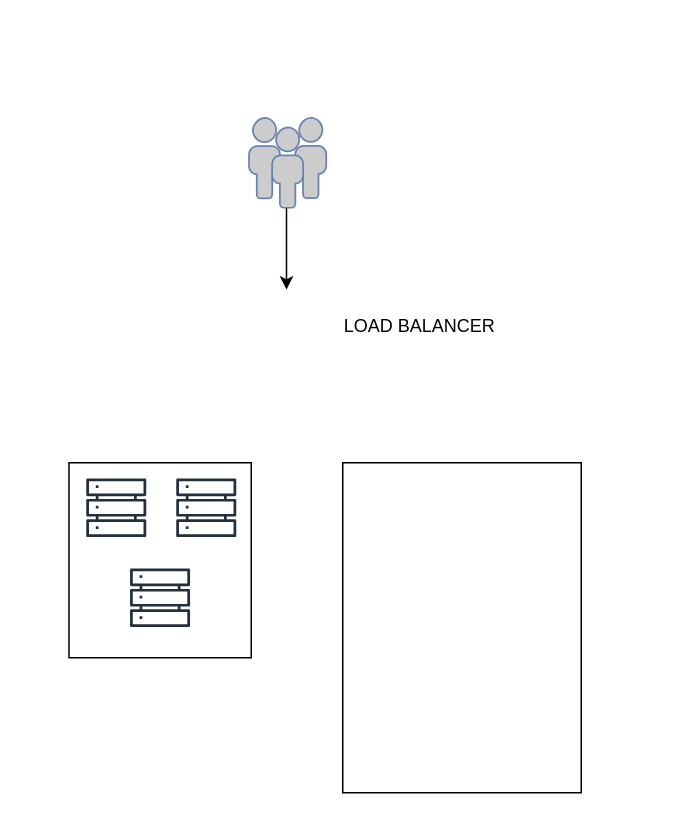
Earlier version of the draw.io diagram deploymentstrategy.drawio (surajnaik90/Architectures-Designs). Source tidied: cells renumbered, new cells numbered last; positions are measured from the earlier drawing's top-left corner, leaving out a move shared by most shapes. Both pictures are drawn from the tidied source at 150%, with x=0, y=0 at pixel (68, 117). Pictures stored in the file or linked from it are replaced by grey dashed boxes.
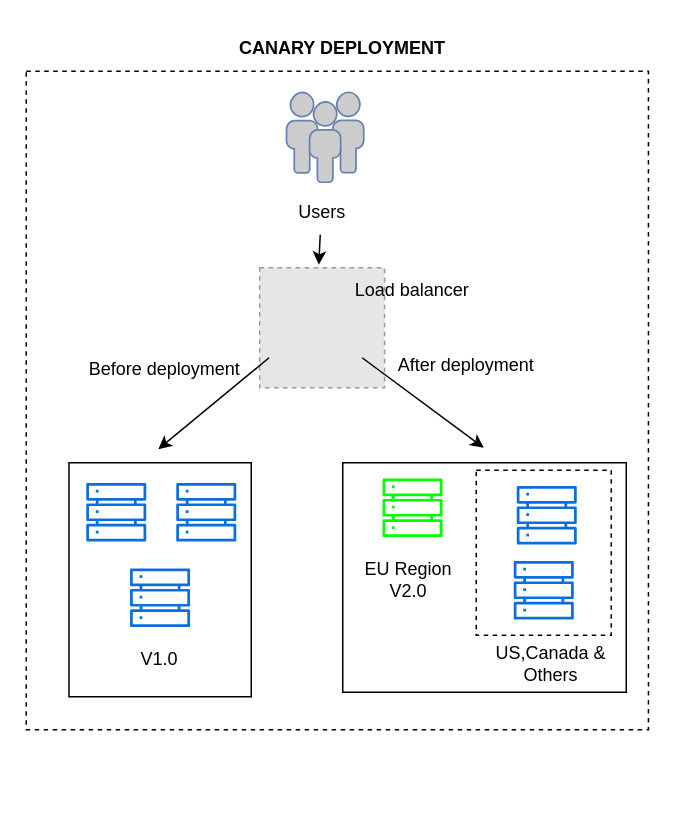
After the change.

What changed in the source:
```diff
@@
-    <mxCell id="2" style="edgeStyle=orthogonalEdgeStyle;rounded=0;orthogonalLoop=1;jettySize=auto;html=1;" parent="1" edge="1">
-      <mxGeometry relative="1" as="geometry">
-        <mxPoint x="145.5" y="60" as="sourcePoint" />
-        <mxPoint x="145.5" y="114.6" as="targetPoint" />
-      </mxGeometry>
-    </mxCell>
-    <mxCell id="3" value="LOAD BALANCER" style="text;html=1;align=center;verticalAlign=middle;whiteSpace=wrap;rounded=0;" parent="1" vertex="1">
-      <mxGeometry x="170.5" y="124" width="126.5" height="30" as="geometry" />
-    </mxCell>
+    <mxCell id="10" style="rounded=0;whiteSpace=wrap;html=1;dashed=1;" parent="1" vertex="1">
+      <mxGeometry x="-28" y="-31" width="414.8" height="439" as="geometry" />
+    </mxCell>
     <mxCell id="4" style="fontColor=#0066CC;verticalAlign=top;verticalLabelPosition=bottom;labelPosition=center;align=center;html=1;fillColor=#CCCCCC;strokeColor=#6881B3;gradientColor=none;gradientDirection=north;strokeWidth=2;shape=mxgraph.networks.users;" parent="1" vertex="1">
-      <mxGeometry x="120.5" width="51.5" height="60" as="geometry" />
+      <mxGeometry x="145.5" y="-17" width="51.5" height="60" as="geometry" />
     </mxCell>
     <mxCell id="5" style="rounded=0;whiteSpace=wrap;html=1;" parent="1" vertex="1">
-      <mxGeometry x="0.5" y="230" width="121.5" height="130" as="geometry" />
+      <mxGeometry x="0.5" y="230" width="121.5" height="156" as="geometry" />
     </mxCell>
     <mxCell id="6" style="rounded=0;whiteSpace=wrap;html=1;" parent="1" vertex="1">
-      <mxGeometry x="183" y="230" width="159" height="220" as="geometry" />
+      <mxGeometry x="183" y="230" width="189" height="153" as="geometry" />
     </mxCell>
-    <mxCell id="7" style="sketch=0;fontColor=#232F3E;gradientColor=none;fillColor=#232F3D;strokeColor=none;dashed=0;verticalLabelPosition=bottom;verticalAlign=top;align=center;html=1;fontSize=12;fontStyle=0;shape=mxgraph.aws4.servers;" parent="1" vertex="1">
-      <mxGeometry x="12" y="240" width="40" height="40" as="geometry" />
+    <mxCell id="7" style="sketch=0;fontColor=#232F3E;gradientColor=none;fillColor=#0b6ee0;strokeColor=none;dashed=0;verticalLabelPosition=bottom;verticalAlign=top;align=center;html=1;fontSize=12;fontStyle=0;shape=mxgraph.aws4.servers;" parent="1" vertex="1">
+      <mxGeometry x="12" y="243" width="40" height="40" as="geometry" />
     </mxCell>
-    <mxCell id="8" style="sketch=0;fontColor=#232F3E;gradientColor=none;fillColor=#232F3D;strokeColor=none;dashed=0;verticalLabelPosition=bottom;verticalAlign=top;align=center;html=1;fontSize=12;fontStyle=0;shape=mxgraph.aws4.servers;" parent="1" vertex="1">
+    <mxCell id="8" style="sketch=0;fontColor=#232F3E;gradientColor=none;fillColor=#0b6ee0;strokeColor=none;dashed=0;verticalLabelPosition=bottom;verticalAlign=top;align=center;html=1;fontSize=12;fontStyle=0;shape=mxgraph.aws4.servers;" parent="1" vertex="1">
       <mxGeometry x="41.2" y="300" width="40" height="40" as="geometry" />
     </mxCell>
-    <mxCell id="9" style="sketch=0;fontColor=#232F3E;gradientColor=none;fillColor=#232F3D;strokeColor=none;dashed=0;verticalLabelPosition=bottom;verticalAlign=top;align=center;html=1;fontSize=12;fontStyle=0;shape=mxgraph.aws4.servers;" parent="1" vertex="1">
-      <mxGeometry x="72" y="240" width="40" height="40" as="geometry" />
+    <mxCell id="9" style="sketch=0;fontColor=#232F3E;gradientColor=none;fillColor=#0b6ee0;strokeColor=none;dashed=0;verticalLabelPosition=bottom;verticalAlign=top;align=center;html=1;fontSize=12;fontStyle=0;shape=mxgraph.aws4.servers;" parent="1" vertex="1">
+      <mxGeometry x="72" y="243" width="40" height="40" as="geometry" />
     </mxCell>
+    <mxCell id="11" style="rounded=0;whiteSpace=wrap;html=1;dashed=1;" parent="1" vertex="1">
+      <mxGeometry x="272" y="235" width="90" height="110" as="geometry" />
+    </mxCell>
+    <mxCell id="12" value="&lt;b&gt;CANARY DEPLOYMENT&lt;/b&gt;" style="text;html=1;align=center;verticalAlign=middle;whiteSpace=wrap;rounded=0;" parent="1" vertex="1">
+      <mxGeometry x="102.6" y="-61" width="160" height="30" as="geometry" />
+    </mxCell>
+    <mxCell id="13" style="edgeStyle=orthogonalEdgeStyle;rounded=0;orthogonalLoop=1;jettySize=auto;html=1;" parent="1" edge="1">
+      <mxGeometry relative="1" as="geometry">
+        <mxPoint x="168" y="78" as="sourcePoint" />
+        <mxPoint x="167" y="98" as="targetPoint" />
+        <Array as="points">
+          <mxPoint x="168" y="98" />
+        </Array>
+      </mxGeometry>
+    </mxCell>
+    <mxCell id="14" value="Users" style="text;html=1;align=center;verticalAlign=middle;whiteSpace=wrap;rounded=0;" parent="1" vertex="1">
+      <mxGeometry x="106.2" y="48" width="126.5" height="30" as="geometry" />
+    </mxCell>
+    <mxCell id="15" style="sketch=0;fontColor=#232F3E;gradientColor=none;fillColor=#0b6ee0;strokeColor=none;dashed=0;verticalLabelPosition=bottom;verticalAlign=top;align=center;html=1;fontSize=12;fontStyle=0;shape=mxgraph.aws4.servers;" parent="1" vertex="1">
+      <mxGeometry x="299" y="245" width="40" height="40" as="geometry" />
+    </mxCell>
+    <mxCell id="16" style="sketch=0;fontColor=#232F3E;gradientColor=none;fillColor=#0b6ee0;strokeColor=none;dashed=0;verticalLabelPosition=bottom;verticalAlign=top;align=center;html=1;fontSize=12;fontStyle=0;shape=mxgraph.aws4.servers;" parent="1" vertex="1">
+      <mxGeometry x="297" y="295" width="40" height="40" as="geometry" />
+    </mxCell>
+    <mxCell id="17" style="sketch=0;fontColor=#232F3E;gradientColor=none;fillColor=#00FF00;strokeColor=none;dashed=0;verticalLabelPosition=bottom;verticalAlign=top;align=center;html=1;fontSize=12;fontStyle=0;shape=mxgraph.aws4.servers;" parent="1" vertex="1">
+      <mxGeometry x="209.5" y="240" width="40" height="40" as="geometry" />
+    </mxCell>
+    <mxCell id="18" value="EU Region&lt;div&gt;V2.0&lt;/div&gt;" style="text;html=1;align=center;verticalAlign=middle;whiteSpace=wrap;rounded=0;" parent="1" vertex="1">
+      <mxGeometry x="177" y="295" width="100" height="25" as="geometry" />
+    </mxCell>
+    <mxCell id="19" style="edgeStyle=orthogonalEdgeStyle;rounded=0;orthogonalLoop=1;jettySize=auto;html=1;exitX=0.5;exitY=1;exitDx=0;exitDy=0;" parent="1" edge="1" source="18" target="18">
+      <mxGeometry relative="1" as="geometry" />
+    </mxCell>
+    <mxCell id="20" value="US,Canada &amp;amp; Others" style="text;html=1;align=center;verticalAlign=middle;whiteSpace=wrap;rounded=0;" parent="1" vertex="1">
+      <mxGeometry x="272" y="351" width="100" height="25" as="geometry" />
+    </mxCell>
+    <mxCell id="21" value="V1.0" style="text;html=1;align=center;verticalAlign=middle;whiteSpace=wrap;rounded=0;" parent="1" vertex="1">
+      <mxGeometry x="11.2" y="348" width="100" height="25" as="geometry" />
+    </mxCell>
+    <mxCell id="22" style="fillColor=#E6E6E6;strokeColor=#999999;dashed=1;verticalLabelPosition=bottom;labelBackgroundColor=default;verticalAlign=top;" parent="1" vertex="1">
+      <mxGeometry x="127.6" y="100" width="83.3" height="80" as="geometry" />
+    </mxCell>
+    <mxCell id="23" style="endArrow=classic;html=1;rounded=0;" parent="1" edge="1">
+      <mxGeometry relative="1" as="geometry">
+        <mxPoint x="133.9" y="160" as="sourcePoint" />
+        <mxPoint x="60" y="221" as="targetPoint" />
+      </mxGeometry>
+    </mxCell>
+    <mxCell id="24" style="endArrow=classic;html=1;rounded=0;exitX=1;exitY=1;exitDx=0;exitDy=0;" parent="1" edge="1">
+      <mxGeometry relative="1" as="geometry">
+        <mxPoint x="195.9" y="160" as="sourcePoint" />
+        <mxPoint x="277" y="220" as="targetPoint" />
+      </mxGeometry>
+    </mxCell>
+    <mxCell id="25" value="Before deployment" style="text;html=1;align=center;verticalAlign=middle;whiteSpace=wrap;rounded=0;" parent="1" vertex="1">
+      <mxGeometry x="0.5" y="153" width="126.5" height="30" as="geometry" />
+    </mxCell>
+    <mxCell id="26" value="After deployment" style="text;html=1;align=center;verticalAlign=middle;whiteSpace=wrap;rounded=0;" parent="1" vertex="1">
+      <mxGeometry x="202" y="150" width="126.5" height="30" as="geometry" />
+    </mxCell>
+    <mxCell id="3" value="Load balancer" style="text;html=1;align=center;verticalAlign=middle;whiteSpace=wrap;rounded=0;" parent="1" vertex="1">
+      <mxGeometry x="166.2" y="100" width="126.5" height="30" as="geometry" />
+    </mxCell>
```
